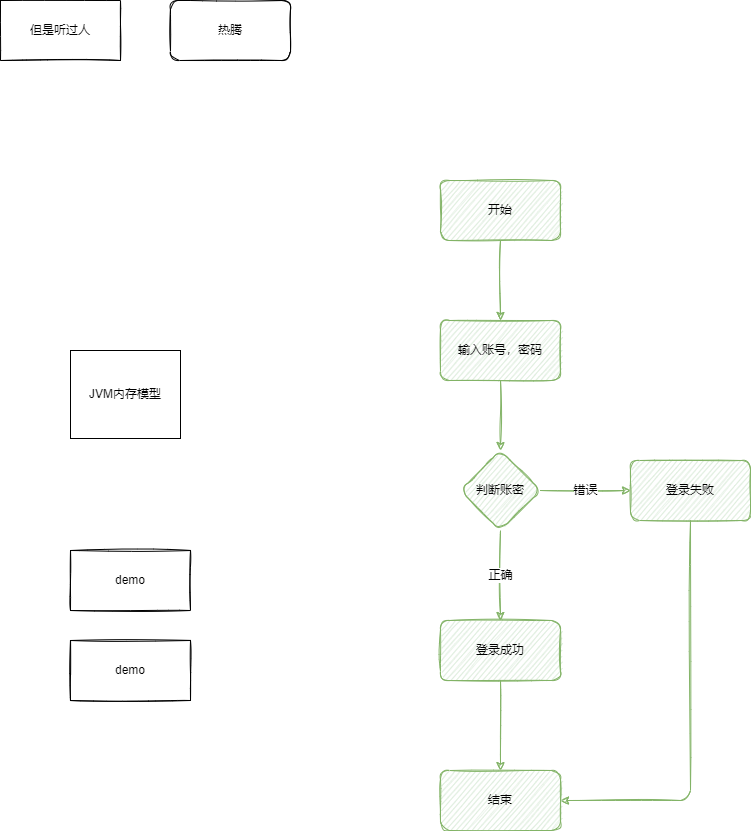
Earlier version of the draw.io export demo.png (pipisay/draw). Source tidied: cells renumbered, new cells last; positions are measured from the earlier drawing's top-left corner, leaving out a move shared by most shapes. Source of this version:
```xml
<mxGraphModel math="1">
  <root>
    <mxCell id="0" />
    <mxCell id="1" parent="0" />
    <mxCell id="2" value="JVM内存模型" style="whiteSpace=wrap;html=1;" parent="1" vertex="1" collapsed="1">
      <mxGeometry x="70" y="350" width="110" height="88" as="geometry" />
    </mxCell>
    <mxCell id="3" style="edgeStyle=orthogonalEdgeStyle;rounded=0;sketch=1;jettySize=auto;html=1;fillColor=#d5e8d4;strokeColor=#82b366;" parent="1" edge="1" source="4" target="6">
      <mxGeometry relative="1" as="geometry" />
    </mxCell>
    <mxCell id="4" value="开始" style="rounded=1;whiteSpace=wrap;html=1;sketch=1;fillColor=#d5e8d4;strokeColor=#82b366;" parent="1" vertex="1">
      <mxGeometry x="440" y="180" width="120" height="60" as="geometry" />
    </mxCell>
    <mxCell id="5" style="edgeStyle=orthogonalEdgeStyle;rounded=1;sketch=1;jettySize=auto;html=1;fontSize=12;fillColor=#d5e8d4;strokeColor=#82b366;" parent="1" edge="1" source="6" target="9">
      <mxGeometry relative="1" as="geometry" />
    </mxCell>
    <mxCell id="6" value="输入账号，密码" style="rounded=1;whiteSpace=wrap;html=1;fontFamily=Helvetica;fontSize=12;fontColor=default;align=center;strokeColor=#82b366;fillColor=#d5e8d4;sketch=1;" parent="1" vertex="1">
      <mxGeometry x="440" y="320" width="120" height="60" as="geometry" />
    </mxCell>
    <mxCell id="7" value="正确" style="edgeStyle=orthogonalEdgeStyle;rounded=1;sketch=1;jettySize=auto;html=1;fontSize=12;fillColor=#d5e8d4;strokeColor=#82b366;" parent="1" edge="1" source="9" target="11">
      <mxGeometry relative="1" as="geometry" />
    </mxCell>
    <mxCell id="8" value="错误" style="edgeStyle=orthogonalEdgeStyle;rounded=1;sketch=1;jettySize=auto;html=1;fontSize=12;fillColor=#d5e8d4;strokeColor=#82b366;" parent="1" edge="1" source="9" target="13">
      <mxGeometry relative="1" as="geometry" />
    </mxCell>
    <mxCell id="9" value="判断账密" style="rhombus;whiteSpace=wrap;html=1;rounded=1;sketch=1;fillColor=#d5e8d4;strokeColor=#82b366;" parent="1" vertex="1">
      <mxGeometry x="460" y="450" width="80" height="80" as="geometry" />
    </mxCell>
    <mxCell id="10" style="edgeStyle=orthogonalEdgeStyle;rounded=1;sketch=1;jettySize=auto;html=1;fontSize=12;fillColor=#d5e8d4;strokeColor=#82b366;" parent="1" edge="1" source="11" target="14">
      <mxGeometry relative="1" as="geometry" />
    </mxCell>
    <mxCell id="11" value="登录成功" style="rounded=1;whiteSpace=wrap;html=1;fontFamily=Helvetica;fontSize=12;fontColor=default;align=center;strokeColor=#82b366;fillColor=#d5e8d4;sketch=1;" parent="1" vertex="1">
      <mxGeometry x="440" y="620" width="120" height="60" as="geometry" />
    </mxCell>
    <mxCell id="12" style="edgeStyle=orthogonalEdgeStyle;rounded=1;sketch=1;jettySize=auto;html=1;entryX=1;entryY=0.5;entryDx=0;entryDy=0;exitX=0.5;exitY=1;exitDx=0;exitDy=0;fontSize=12;fillColor=#d5e8d4;strokeColor=#82b366;" parent="1" edge="1" source="13" target="14">
      <mxGeometry relative="1" as="geometry" />
    </mxCell>
    <mxCell id="13" value="登录失败" style="rounded=1;whiteSpace=wrap;html=1;fontFamily=Helvetica;fontSize=12;fontColor=default;align=center;strokeColor=#82b366;fillColor=#d5e8d4;sketch=1;" parent="1" vertex="1">
      <mxGeometry x="630" y="460" width="120" height="60" as="geometry" />
    </mxCell>
    <mxCell id="14" value="结束" style="whiteSpace=wrap;html=1;rounded=1;sketch=1;fillColor=#d5e8d4;strokeColor=#82b366;" parent="1" vertex="1">
      <mxGeometry x="440" y="770" width="120" height="60" as="geometry" />
    </mxCell>
    <mxCell id="15" value="demo" style="rounded=0;whiteSpace=wrap;html=1;sketch=1;" parent="1" vertex="1">
      <mxGeometry x="70" y="550" width="120" height="60" as="geometry" />
    </mxCell>
    <mxCell id="16" value="demo" style="rounded=0;whiteSpace=wrap;html=1;sketch=1;" parent="1" vertex="1">
      <mxGeometry x="70" y="640" width="120" height="60" as="geometry" />
    </mxCell>
    <mxCell id="17" value="图层2" parent="0" />
    <mxCell id="18" value="但是听过人" style="rounded=0;whiteSpace=wrap;html=1;sketch=1;" parent="17" vertex="1">
      <mxGeometry width="120" height="60" as="geometry" />
    </mxCell>
    <mxCell id="19" value="热腾" style="rounded=1;whiteSpace=wrap;html=1;sketch=1;" parent="17" vertex="1">
      <mxGeometry x="170" width="120" height="60" as="geometry" />
    </mxCell>
  </root>
</mxGraphModel>
```
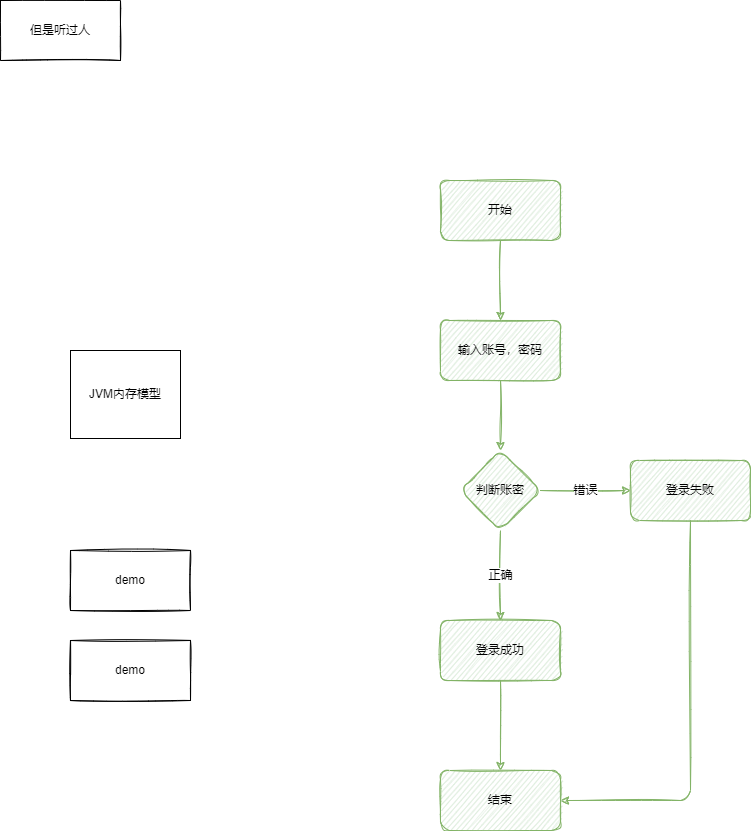
Above is the later version.

What changed in the source:
```diff
@@ -51,8 +51,5 @@
     <mxCell id="18" value="但是听过人" style="rounded=0;whiteSpace=wrap;html=1;sketch=1;" parent="17" vertex="1">
       <mxGeometry width="120" height="60" as="geometry" />
     </mxCell>
-    <mxCell id="19" value="热腾" style="rounded=1;whiteSpace=wrap;html=1;sketch=1;" parent="17" vertex="1">
-      <mxGeometry x="170" width="120" height="60" as="geometry" />
-    </mxCell>
   </root>
 </mxGraphModel>
```
